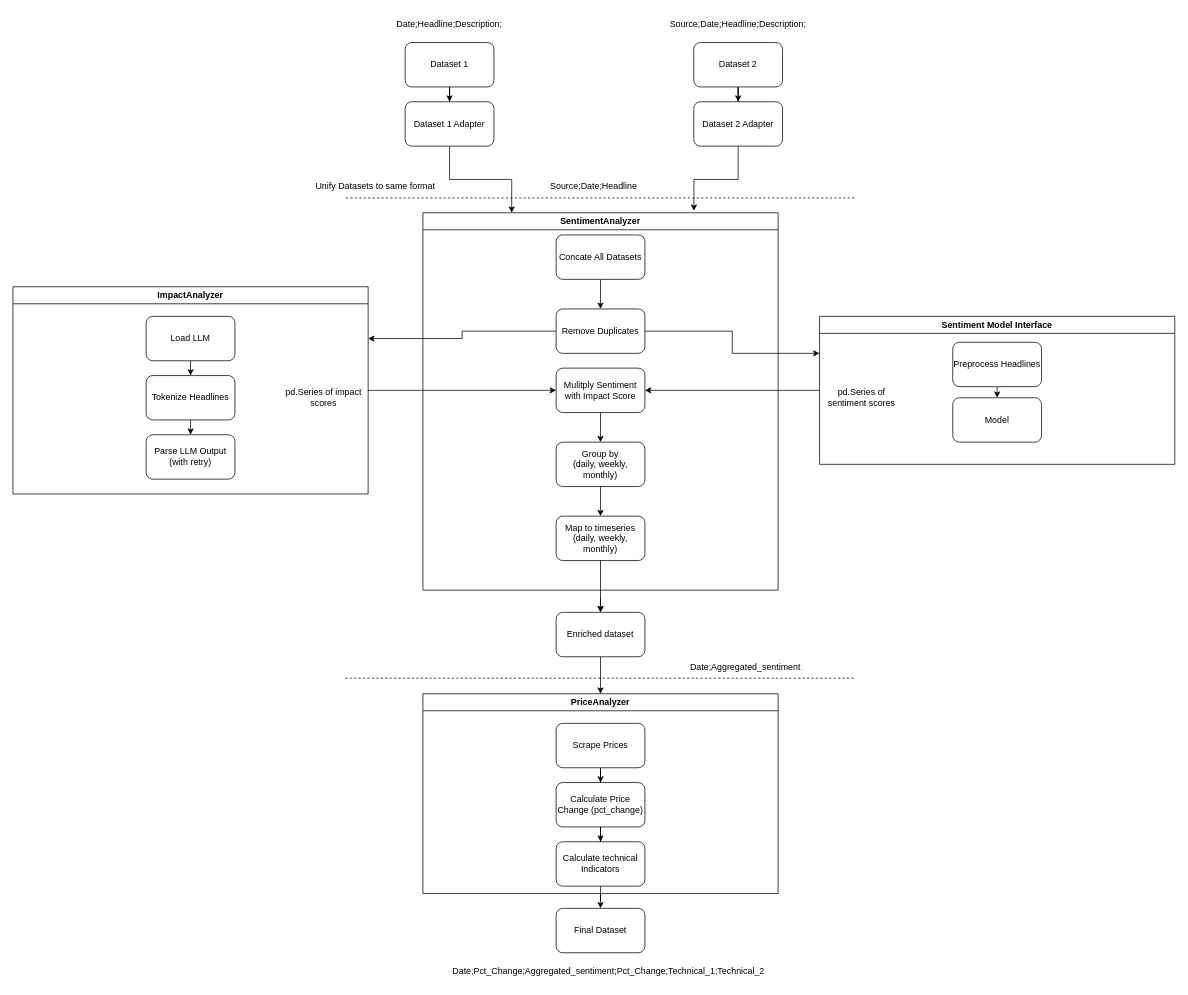
This is FlowDiagram.drawio from Davidhoechtl/MAI_FinancialForecasting, a draw.io file, before an edit. Source tidied: cells renumbered, new cells numbered last; positions are measured from the earlier drawing's top-left corner, leaving out a move shared by most shapes. Both pictures are drawn from the tidied source at 74%, with x=0, y=0 at pixel (13, 13).
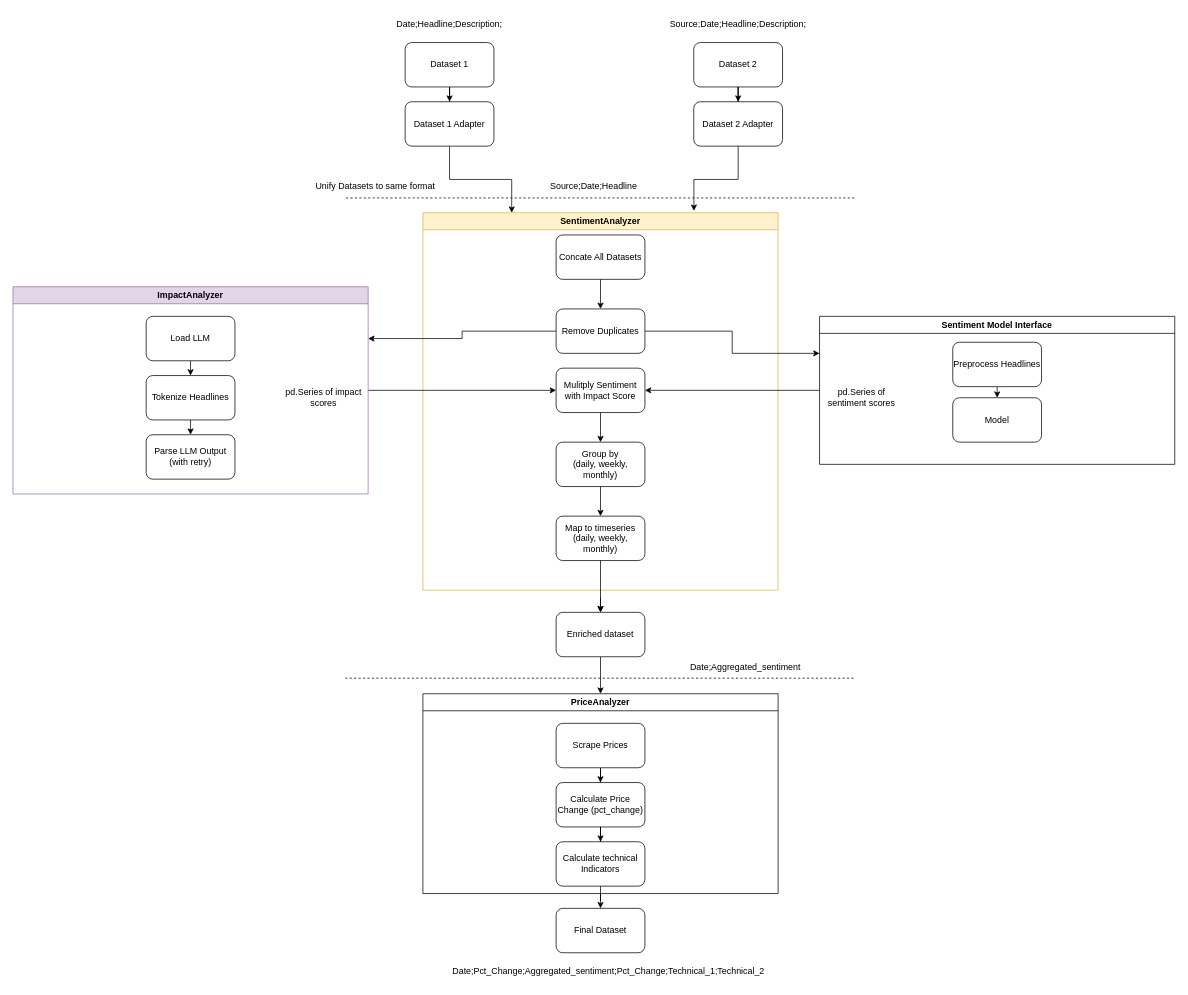
The same page after the edit.

Change to the diagram source:
```diff
@@
-    <mxCell id="15" value="SentimentAnalyzer" style="swimlane;whiteSpace=wrap;html=1;" parent="1" vertex="1">
+    <mxCell id="15" value="SentimentAnalyzer" style="swimlane;whiteSpace=wrap;html=1;fillColor=#fff2cc;strokeColor=#d6b656;" parent="1" vertex="1">
       <mxGeometry x="554" y="270" width="480" height="510" as="geometry" />
     </mxCell>
@@
-    <mxCell id="37" value="ImpactAnalyzer" style="swimlane;whiteSpace=wrap;html=1;" parent="1" vertex="1">
+    <mxCell id="37" value="ImpactAnalyzer" style="swimlane;whiteSpace=wrap;html=1;fillColor=#e1d5e7;strokeColor=#9673a6;" parent="1" vertex="1">
       <mxGeometry y="370" width="480" height="280" as="geometry" />
     </mxCell>
```
